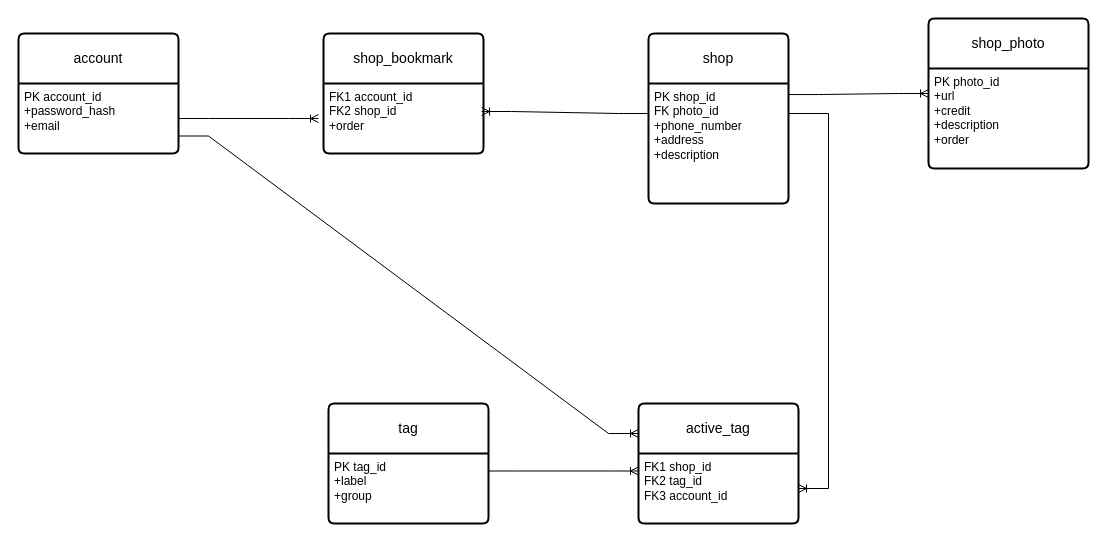
This is documentation/ERD.drawio from cohort-web-43-coffee/coffee-capstone, a draw.io file, before an edit. Source tidied: cells renumbered, new cells numbered last; positions are measured from the earlier drawing's top-left corner, leaving out a move shared by most shapes. Both pictures are drawn from the tidied source at 100%, with x=0, y=0 at pixel (18, 18).
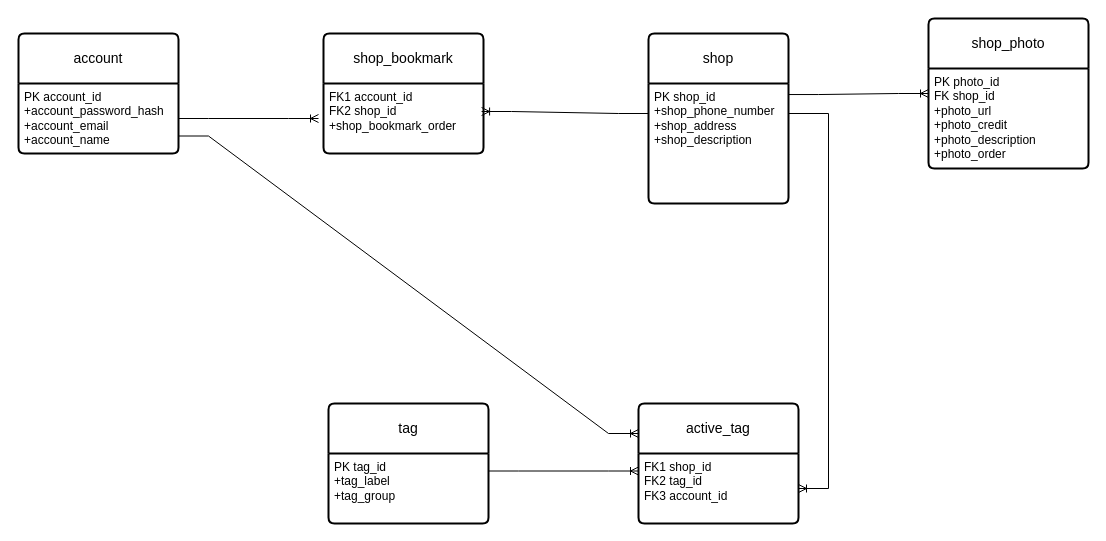
The same page after the edit.

Commit message (it also covers changes not shown here):
changed our ERD and made the model

The change refers to these unchanged cells:
```xml
<mxCell id="2" value="account" style="swimlane;horizontal=1;startSize=50;rounded=1;fontSize=14;fontStyle=0;strokeWidth=2;shadow=0;dashed=0;align=center;arcSize=4;whiteSpace=wrap;html=1;" parent="1" vertex="1">
  <mxGeometry y="15" width="160" height="120" as="geometry" />
</mxCell>
<mxCell id="4" value="shop" style="swimlane;horizontal=1;startSize=50;rounded=1;fontSize=14;fontStyle=0;strokeWidth=2;shadow=0;dashed=0;align=center;arcSize=4;whiteSpace=wrap;html=1;direction=east;" parent="1" vertex="1">
  <mxGeometry x="630" y="15" width="140" height="170" as="geometry" />
</mxCell>
<mxCell id="6" value="shop_bookmark" style="swimlane;horizontal=1;startSize=50;rounded=1;fontSize=14;fontStyle=0;strokeWidth=2;shadow=0;dashed=0;align=center;arcSize=4;whiteSpace=wrap;html=1;" parent="1" vertex="1">
  <mxGeometry x="305" y="15" width="160" height="120" as="geometry" />
</mxCell>
<mxCell id="10" value="tag" style="swimlane;horizontal=1;startSize=50;rounded=1;fontSize=14;fontStyle=0;strokeWidth=2;shadow=0;dashed=0;align=center;arcSize=4;whiteSpace=wrap;html=1;" parent="1" vertex="1">
  <mxGeometry x="310" y="385" width="160" height="120" as="geometry" />
</mxCell>
<mxCell id="16" value="shop_photo" style="swimlane;horizontal=1;startSize=50;rounded=1;fontSize=14;fontStyle=0;strokeWidth=2;shadow=0;dashed=0;align=center;arcSize=4;whiteSpace=wrap;html=1;" parent="1" vertex="1">
  <mxGeometry x="910" width="160" height="150" as="geometry" />
</mxCell>
```

Change to the diagram source:
```diff
@@
-    <mxCell id="3" value="PK account_id&lt;br&gt;+password_hash&lt;br&gt;+email" style="align=left;strokeColor=none;fillColor=none;spacingLeft=4;fontSize=12;verticalAlign=top;html=1;" parent="2" vertex="1">
+    <mxCell id="3" value="PK account_id&lt;br&gt;+account_password_hash&lt;br&gt;+account_email&lt;br&gt;+account_name" style="align=left;strokeColor=none;fillColor=none;spacingLeft=4;fontSize=12;verticalAlign=top;html=1;" parent="2" vertex="1">
       <mxGeometry y="50" width="160" height="70" as="geometry" />
     </mxCell>
@@
-    <mxCell id="5" value="PK shop_id&lt;br&gt;FK photo_id&lt;br&gt;+phone_number&lt;br&gt;+address&lt;br&gt;+description" style="align=left;strokeColor=none;fillColor=none;spacingLeft=4;fontSize=12;verticalAlign=top;html=1;" parent="4" vertex="1">
+    <mxCell id="5" value="PK shop_id&lt;br&gt;+shop_phone_number&lt;br&gt;+shop_address&lt;br&gt;+shop_description" style="align=left;strokeColor=none;fillColor=none;spacingLeft=4;fontSize=12;verticalAlign=top;html=1;" parent="4" vertex="1">
       <mxGeometry y="50" width="140" height="120" as="geometry" />
     </mxCell>
@@
-    <mxCell id="7" value="FK1 account_id&lt;br&gt;FK2 shop_id&lt;br&gt;+order" style="align=left;strokeColor=none;fillColor=none;spacingLeft=4;fontSize=12;verticalAlign=top;html=1;" parent="6" vertex="1">
+    <mxCell id="7" value="FK1 account_id&lt;br&gt;FK2 shop_id&lt;br&gt;+shop_bookmark_order" style="align=left;strokeColor=none;fillColor=none;spacingLeft=4;fontSize=12;verticalAlign=top;html=1;" parent="6" vertex="1">
       <mxGeometry y="50" width="160" height="70" as="geometry" />
     </mxCell>
@@
-    <mxCell id="11" value="PK tag_id&lt;br&gt;+label&lt;br&gt;+group" style="align=left;strokeColor=none;fillColor=none;spacingLeft=4;fontSize=12;verticalAlign=top;html=1;" parent="10" vertex="1">
+    <mxCell id="11" value="PK tag_id&lt;br&gt;+tag_label&lt;br&gt;+tag_group" style="align=left;strokeColor=none;fillColor=none;spacingLeft=4;fontSize=12;verticalAlign=top;html=1;" parent="10" vertex="1">
       <mxGeometry y="50" width="160" height="70" as="geometry" />
     </mxCell>
@@
-    <mxCell id="17" value="PK photo_id&lt;br&gt;+url&lt;br&gt;+credit&lt;br&gt;+description&lt;br&gt;+order" style="align=left;strokeColor=none;fillColor=none;spacingLeft=4;fontSize=12;verticalAlign=top;html=1;" parent="16" vertex="1">
+    <mxCell id="17" value="PK photo_id&lt;br&gt;FK shop_id&lt;br&gt;+photo_url&lt;br&gt;+photo_credit&lt;br&gt;+photo_description&lt;br&gt;+photo_order" style="align=left;strokeColor=none;fillColor=none;spacingLeft=4;fontSize=12;verticalAlign=top;html=1;" parent="16" vertex="1">
       <mxGeometry y="50" width="160" height="100" as="geometry" />
     </mxCell>
```
